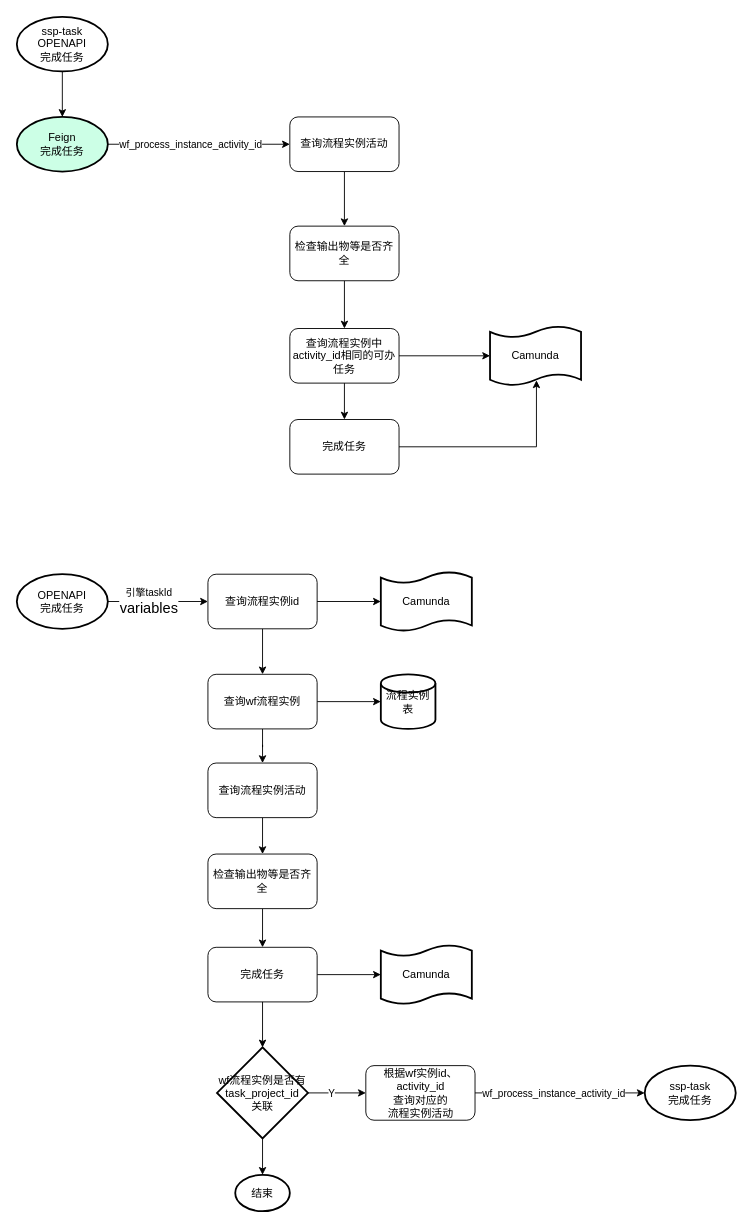
icodegarden/drawio keeps this draw.io diagram as geely/ssp/ssp-workflow/完成任务.drawio. Above is the earlier version. Source tidied: cells renumbered, new cells numbered last; positions are measured from the earlier drawing's top-left corner, leaving out a move shared by most shapes. Both pictures are drawn from the tidied source at 91%, with x=0, y=0 at pixel (16, 16).
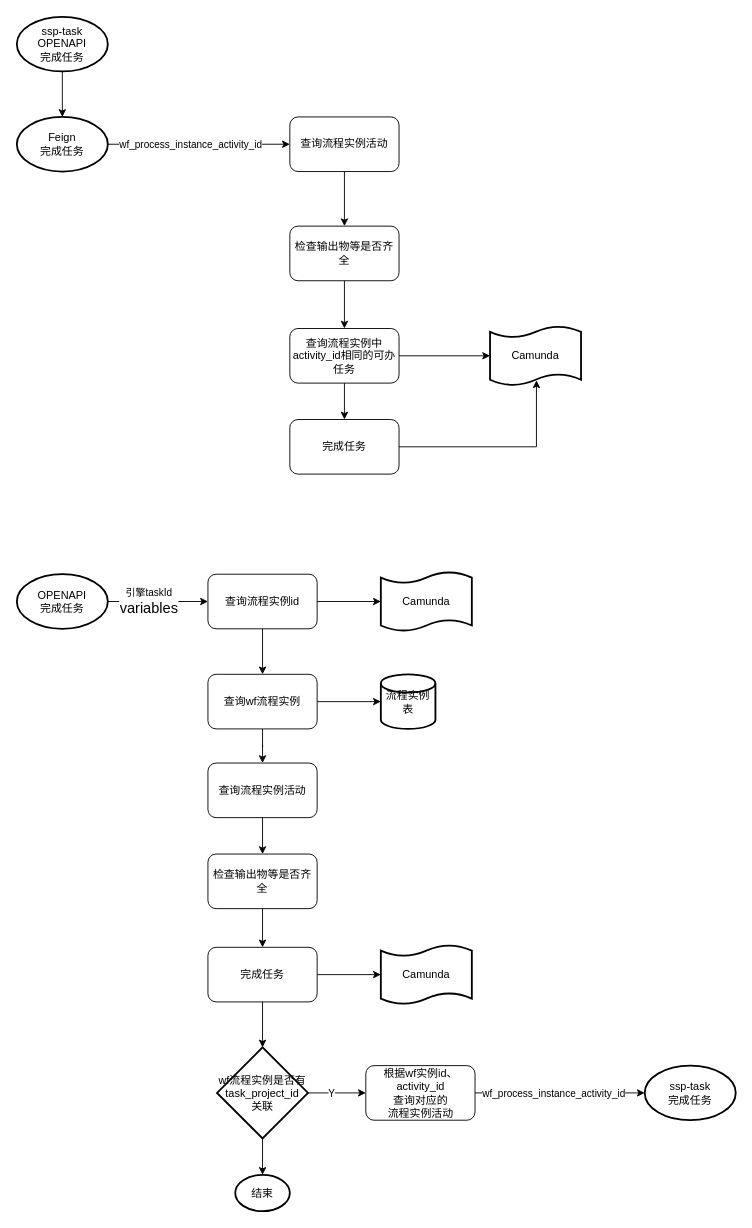
The same page after the edit.

Commit message:
更新完成任务.drawio

The edit, as a diff of the source:
```diff
@@
-    <mxCell id="7" value="&lt;div&gt;&lt;/div&gt;&lt;div&gt;Feign&lt;/div&gt;&lt;div&gt;完成任务&lt;/div&gt;" style="strokeWidth=2;html=1;shape=mxgraph.flowchart.start_1;whiteSpace=wrap;fillColor=#CCFFE6;" parent="1" vertex="1">
+    <mxCell id="7" value="&lt;div&gt;&lt;/div&gt;&lt;div&gt;Feign&lt;/div&gt;&lt;div&gt;完成任务&lt;/div&gt;" style="strokeWidth=2;html=1;shape=mxgraph.flowchart.start_1;whiteSpace=wrap;fillColor=#FFFFFF;" parent="1" vertex="1">
       <mxGeometry y="110" width="100" height="60" as="geometry" />
     </mxCell>
```
